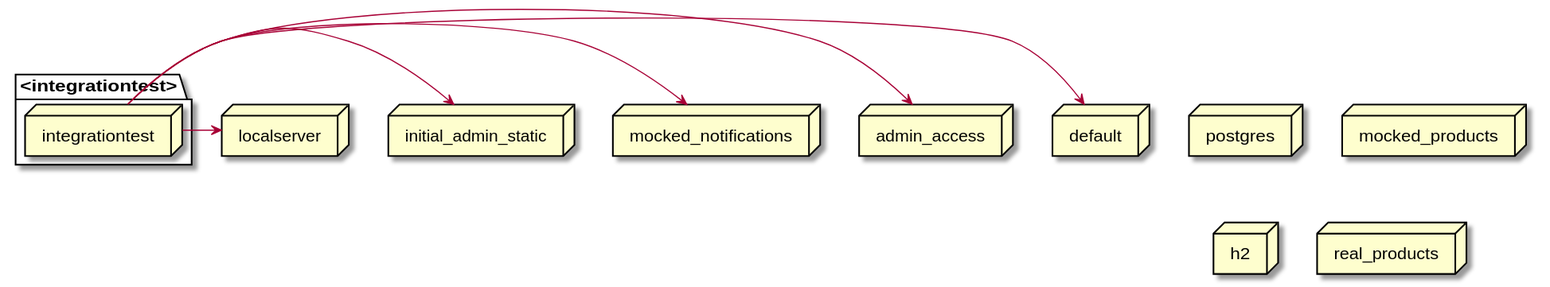
Before: docs/latest/images/gen_springprofiles-integrationtest.svg, a diagram exported from PlantUML (mercedes-benz/sechub).
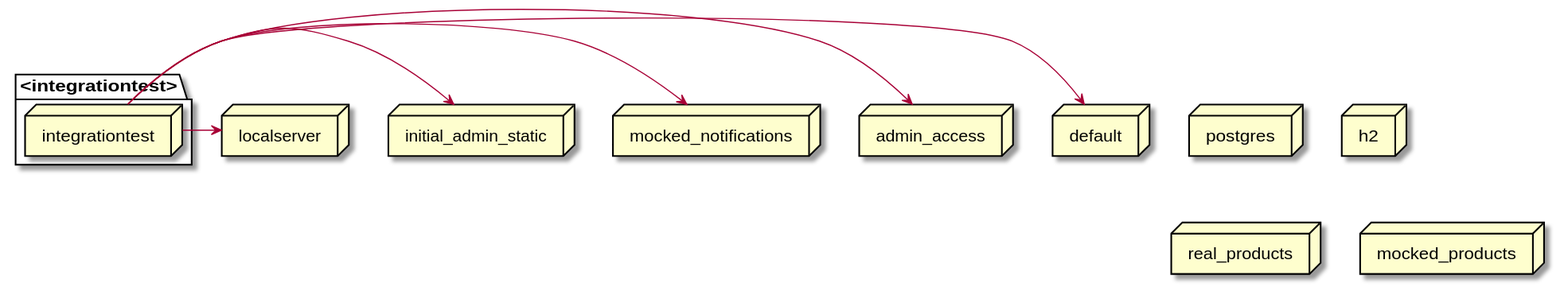
Above is the later version.

The edit, as a diff of the source:
```diff
@@ -1,16 +1,16 @@
 @startuml
 node postgres
-node admin_access
-node localserver
-node initial_admin_static
 package <integrationtest>{
    node integrationtest
 }
+node mocked_notifications
+node admin_access
+node h2
+node localserver
+node real_products
 node mocked_products
-node h2
-node real_products
-node mocked_notifications
 node default
+node initial_admin_static
 integrationtest -> localserver
 integrationtest -> initial_admin_static
 integrationtest -> mocked_notifications
```
